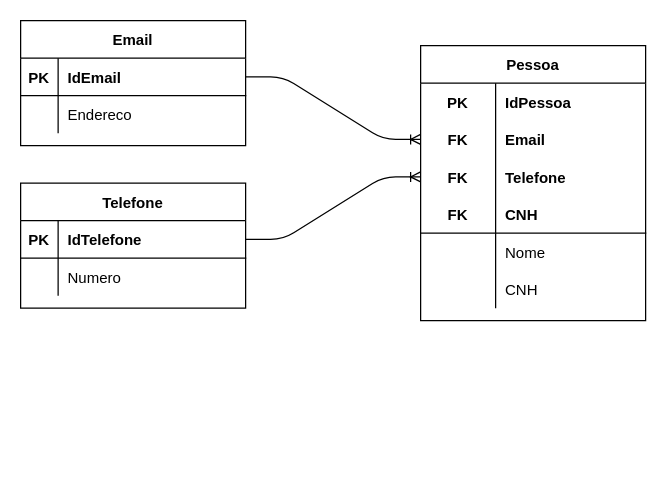
Before: page "logico" (2 of 2) of exercicios/1.1-exercicio-pessoas/1.1-exercicio-pessoas.drawio in Vitormanoel-melo/Sprint-1_BD_Relacional, a draw.io diagram. Source tidied: cells renumbered, new cells numbered last; positions are measured from the earlier drawing's top-left corner, leaving out a move shared by most shapes. Both pictures are drawn from the tidied source at 125%, with x=0, y=0 at pixel (20, 20).
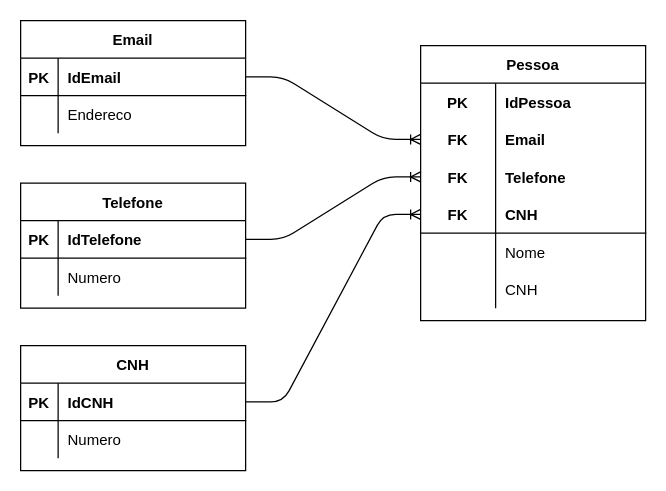
Above is the later version.

The change refers to these unchanged cells:
```xml
<mxCell id="26" style="shape=partialRectangle;fillColor=none;top=0;left=0;bottom=1;right=0;points=[[0,0.5],[1,0.5]];portConstraint=eastwest;" parent="16" vertex="1">
  <mxGeometry y="120" width="180" height="30" as="geometry" />
</mxCell>
```

Diff of the diagram source:
```diff
@@
+    <mxCell id="37" value="CNH" style="shape=table;startSize=30;childLayout=tableLayout;rowLines=0;fontStyle=1;align=center;" parent="1" vertex="1">
+      <mxGeometry y="260" width="180" height="100" as="geometry" />
+    </mxCell>
+    <mxCell id="38" style="shape=partialRectangle;fillColor=none;top=0;left=0;bottom=1;right=0;points=[[0,0.5],[1,0.5]];portConstraint=eastwest;" parent="37" vertex="1">
+      <mxGeometry y="30" width="180" height="30" as="geometry" />
+    </mxCell>
+    <mxCell id="39" value="PK" style="shape=partialRectangle;fillColor=none;top=0;left=0;bottom=0;right=0;fontStyle=1;overflow=hidden;" parent="38" vertex="1">
+      <mxGeometry width="30" height="30" as="geometry" />
+    </mxCell>
+    <mxCell id="40" value="IdCNH" style="shape=partialRectangle;fillColor=none;top=0;left=0;bottom=0;right=0;align=left;spacingLeft=6;fontStyle=1;overflow=hidden;" parent="38" vertex="1">
+      <mxGeometry x="30" width="150" height="30" as="geometry" />
+    </mxCell>
+    <mxCell id="41" style="shape=partialRectangle;fillColor=none;top=0;left=0;bottom=0;right=0;" parent="37" vertex="1">
+      <mxGeometry y="60" width="180" height="30" as="geometry" />
+    </mxCell>
+    <mxCell id="42" style="shape=partialRectangle;fillColor=none;top=0;left=0;bottom=0;right=0;overflow=hidden;" parent="41" vertex="1">
+      <mxGeometry width="30" height="30" as="geometry" />
+    </mxCell>
+    <mxCell id="43" value="Numero" style="shape=partialRectangle;fillColor=none;top=0;left=0;bottom=0;right=0;align=left;spacingLeft=6;overflow=hidden;" parent="41" vertex="1">
+      <mxGeometry x="30" width="150" height="30" as="geometry" />
+    </mxCell>
+    <mxCell id="44" style="edgeStyle=entityRelationEdgeStyle;fontSize=12;html=1;endArrow=ERoneToMany;exitX=1;exitY=0.5;exitDx=0;exitDy=0;entryX=0;entryY=0.5;entryDx=0;entryDy=0;" parent="1" edge="1" source="38" target="26">
+      <mxGeometry relative="1" as="geometry" />
+    </mxCell>
```
